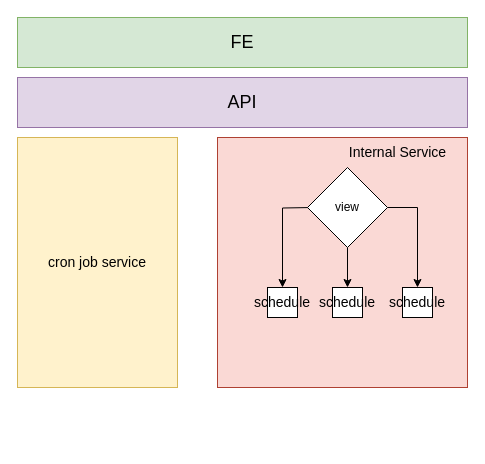
Earlier version of the draw.io diagram schedule_view_email.drawio (ilikebug/drawio). Source tidied: cells renumbered, new cells numbered last; positions are measured from the earlier drawing's top-left corner, leaving out a move shared by most shapes. Both pictures are drawn from the tidied source at 100%, with x=0, y=0 at pixel (17, 17).
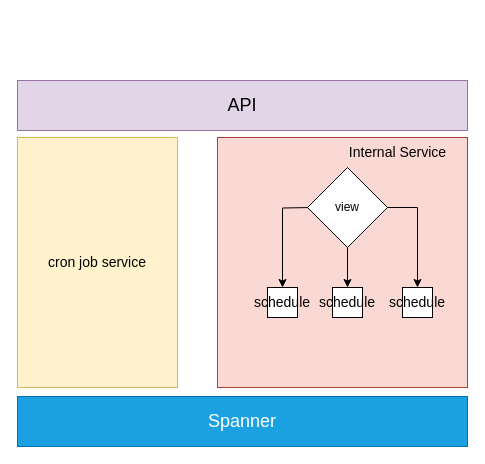
After the change.

What changed in the source:
```diff
@@
 <mxGraphModel>
   <root>
     <mxCell id="0" />
     <mxCell id="1" parent="0" />
-    <mxCell id="2" value="&lt;font style=&quot;font-size: 18px;&quot;&gt;FE&lt;/font&gt;" style="rounded=0;whiteSpace=wrap;html=1;fillColor=#d5e8d4;strokeColor=#82b366;" parent="1" vertex="1">
-      <mxGeometry width="450" height="50" as="geometry" />
-    </mxCell>
     <mxCell id="3" value="&lt;font style=&quot;font-size: 14px;&quot;&gt;cron job service&lt;/font&gt;" style="rounded=0;whiteSpace=wrap;html=1;fillColor=#fff2cc;strokeColor=#d6b656;" parent="1" vertex="1">
       <mxGeometry y="120" width="160" height="250" as="geometry" />
     </mxCell>
     <mxCell id="4" value="&lt;font style=&quot;font-size: 18px;&quot;&gt;API&lt;/font&gt;" style="rounded=0;whiteSpace=wrap;html=1;fillColor=#e1d5e7;strokeColor=#9673a6;" parent="1" vertex="1">
-      <mxGeometry y="60" width="450" height="50" as="geometry" />
+      <mxGeometry y="63" width="450" height="50" as="geometry" />
     </mxCell>
     <mxCell id="5" style="whiteSpace=wrap;html=1;fillColor=#fad9d5;strokeColor=#ae4132;" parent="1" vertex="1">
       <mxGeometry x="200" y="120" width="250" height="250" as="geometry" />
     </mxCell>
     <mxCell id="6" style="edgeStyle=orthogonalEdgeStyle;rounded=0;jettySize=auto;html=1;entryX=0.5;entryY=0;entryDx=0;entryDy=0;" parent="1" edge="1" target="8">
       <mxGeometry relative="1" as="geometry">
         <mxPoint x="295" y="190" as="sourcePoint" />
       </mxGeometry>
     </mxCell>
     <mxCell id="7" style="edgeStyle=orthogonalEdgeStyle;rounded=0;jettySize=auto;html=1;exitX=1;exitY=0.5;exitDx=0;exitDy=0;" parent="1" edge="1" source="13" target="9">
       <mxGeometry relative="1" as="geometry" />
     </mxCell>
     <mxCell id="8" value="&lt;font style=&quot;font-size: 14px;&quot;&gt;schedule&lt;/font&gt;" style="whiteSpace=wrap;html=1;" parent="1" vertex="1">
       <mxGeometry x="250" y="270" width="30" height="30" as="geometry" />
     </mxCell>
     <mxCell id="9" value="&lt;font style=&quot;font-size: 14px;&quot;&gt;schedule&lt;/font&gt;" style="whiteSpace=wrap;html=1;" parent="1" vertex="1">
       <mxGeometry x="385" y="270" width="30" height="30" as="geometry" />
     </mxCell>
     <mxCell id="10" value="&lt;font style=&quot;font-size: 14px;&quot;&gt;schedule&lt;/font&gt;" style="whiteSpace=wrap;html=1;" parent="1" vertex="1">
       <mxGeometry x="315" y="270" width="30" height="30" as="geometry" />
     </mxCell>
     <mxCell id="11" value="&lt;font style=&quot;font-size: 14px;&quot;&gt;Internal Service&lt;/font&gt;" style="text;html=1;align=center;verticalAlign=middle;strokeColor=none;fillColor=none;" parent="1" vertex="1">
       <mxGeometry x="320" y="120" width="120" height="30" as="geometry" />
     </mxCell>
     <mxCell id="12" style="edgeStyle=orthogonalEdgeStyle;rounded=0;jettySize=auto;html=1;" parent="1" edge="1" source="13" target="10">
       <mxGeometry relative="1" as="geometry" />
     </mxCell>
     <mxCell id="13" value="view" style="rhombus;whiteSpace=wrap;html=1;" parent="1" vertex="1">
       <mxGeometry x="290" y="150" width="80" height="80" as="geometry" />
     </mxCell>
+    <mxCell id="14" value="&lt;span style=&quot;font-size: 18px;&quot;&gt;Spanner&lt;/span&gt;" style="rounded=0;whiteSpace=wrap;html=1;fillColor=#1ba1e2;strokeColor=#006EAF;fontColor=#ffffff;" parent="1" vertex="1">
+      <mxGeometry y="379" width="450" height="50" as="geometry" />
+    </mxCell>
   </root>
 </mxGraphModel>
```
